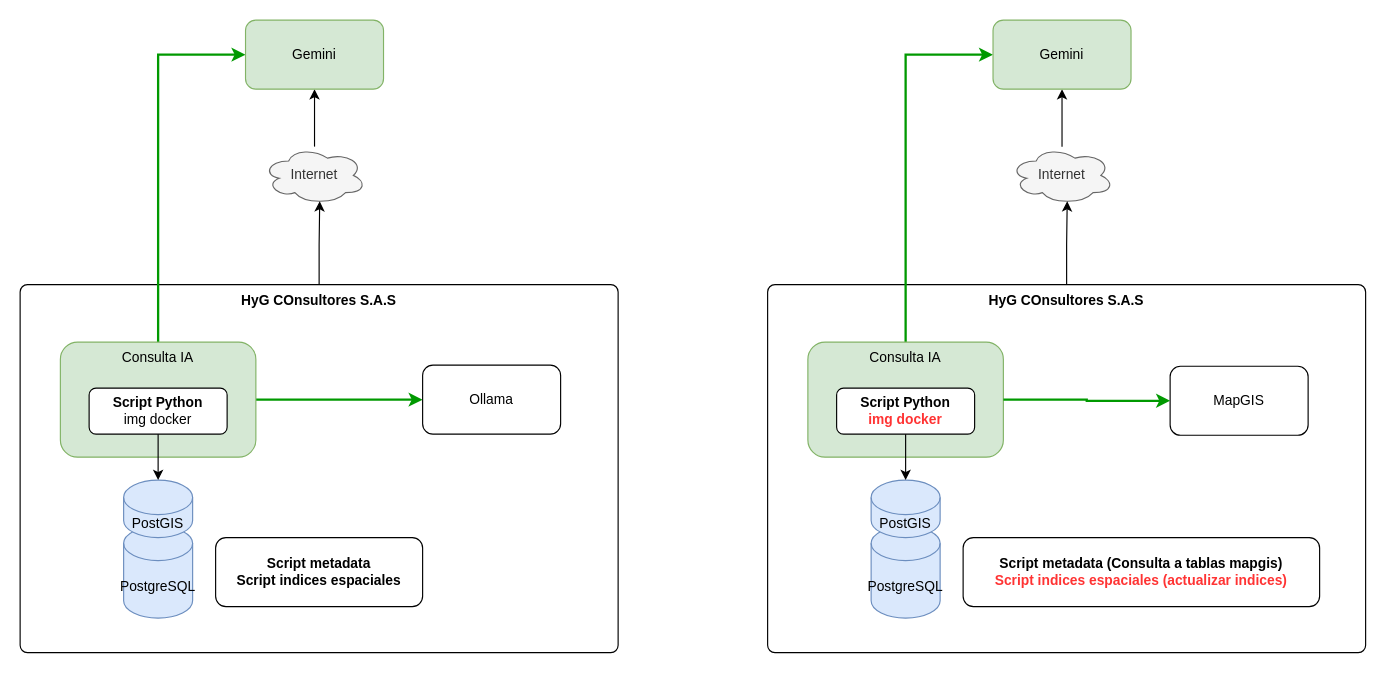
jariasbecerra/prueba keeps this draw.io diagram as consulta_IA_MapGIS.drawio. Above is the earlier version. Source tidied: cells renumbered, new cells numbered last; positions are measured from the earlier drawing's top-left corner, leaving out a move shared by most shapes. Both pictures are drawn from the tidied source at 115%, with x=0, y=0 at pixel (20, 20).
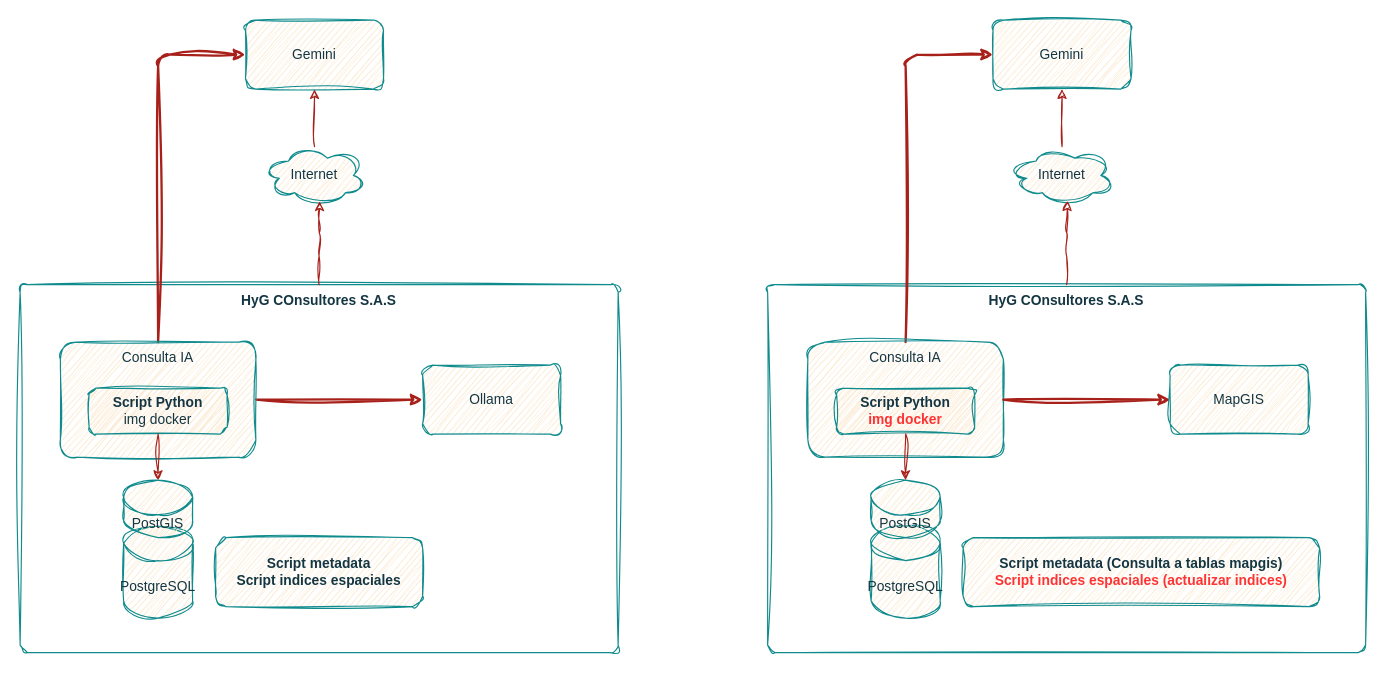
After the change.

Change to the diagram source:
```diff
@@
-    <mxCell id="2" value="HyG COnsultores S.A.S" style="rounded=1;whiteSpace=wrap;html=1;verticalAlign=top;arcSize=2;fontStyle=1;fillColor=none;" parent="1" vertex="1">
+    <mxCell id="2" value="HyG COnsultores S.A.S" style="rounded=1;whiteSpace=wrap;html=1;verticalAlign=top;arcSize=2;fontStyle=1;fillColor=none;sketch=1;curveFitting=1;jiggle=2;labelBackgroundColor=none;strokeColor=#0F8B8D;fontColor=#143642;" parent="1" vertex="1">
       <mxGeometry y="230" width="520" height="320" as="geometry" />
     </mxCell>
-    <mxCell id="3" style="edgeStyle=orthogonalEdgeStyle;rounded=0;jettySize=auto;html=1;entryX=0;entryY=0.5;entryDx=0;entryDy=0;strokeColor=#009900;strokeWidth=2;" parent="1" edge="1" source="5" target="11">
+    <mxCell id="3" style="edgeStyle=orthogonalEdgeStyle;rounded=1;jettySize=auto;html=1;entryX=0;entryY=0.5;entryDx=0;entryDy=0;strokeColor=#A8201A;strokeWidth=2;sketch=1;curveFitting=1;jiggle=2;labelBackgroundColor=none;fontColor=default;" parent="1" edge="1" source="5" target="11">
       <mxGeometry relative="1" as="geometry" />
     </mxCell>
-    <mxCell id="4" style="edgeStyle=orthogonalEdgeStyle;rounded=0;jettySize=auto;html=1;entryX=0;entryY=0.5;entryDx=0;entryDy=0;strokeColor=#009900;strokeWidth=2;" parent="1" edge="1" source="5" target="10">
+    <mxCell id="4" style="edgeStyle=orthogonalEdgeStyle;rounded=1;jettySize=auto;html=1;entryX=0;entryY=0.5;entryDx=0;entryDy=0;strokeColor=#A8201A;strokeWidth=2;sketch=1;curveFitting=1;jiggle=2;labelBackgroundColor=none;fontColor=default;" parent="1" edge="1" source="5" target="10">
       <mxGeometry relative="1" as="geometry" />
     </mxCell>
-    <mxCell id="5" value="Consulta IA" style="rounded=1;whiteSpace=wrap;html=1;verticalAlign=top;fillColor=#d5e8d4;strokeColor=#82b366;" parent="1" vertex="1">
+    <mxCell id="5" value="Consulta IA" style="rounded=1;whiteSpace=wrap;html=1;verticalAlign=top;fillColor=#FAE5C7;strokeColor=#0F8B8D;sketch=1;curveFitting=1;jiggle=2;labelBackgroundColor=none;fontColor=#143642;" parent="1" vertex="1">
       <mxGeometry x="35" y="280" width="170" height="100" as="geometry" />
     </mxCell>
-    <mxCell id="6" value="PostgreSQL" style="shape=cylinder3;whiteSpace=wrap;html=1;boundedLbl=1;backgroundOutline=1;size=15;fillColor=#dae8fc;strokeColor=#6c8ebf;" parent="1" vertex="1">
+    <mxCell id="6" value="PostgreSQL" style="shape=cylinder3;whiteSpace=wrap;html=1;boundedLbl=1;backgroundOutline=1;size=15;fillColor=#FAE5C7;strokeColor=#0F8B8D;rounded=1;sketch=1;curveFitting=1;jiggle=2;labelBackgroundColor=none;fontColor=#143642;" parent="1" vertex="1">
       <mxGeometry x="90" y="440" width="60" height="80" as="geometry" />
     </mxCell>
-    <mxCell id="7" value="PostGIS" style="shape=cylinder3;whiteSpace=wrap;html=1;boundedLbl=1;backgroundOutline=1;size=15;fillColor=#dae8fc;strokeColor=#6c8ebf;" parent="1" vertex="1">
+    <mxCell id="7" value="PostGIS" style="shape=cylinder3;whiteSpace=wrap;html=1;boundedLbl=1;backgroundOutline=1;size=15;fillColor=#FAE5C7;strokeColor=#0F8B8D;rounded=1;sketch=1;curveFitting=1;jiggle=2;labelBackgroundColor=none;fontColor=#143642;" parent="1" vertex="1">
       <mxGeometry x="90" y="400" width="60" height="50" as="geometry" />
     </mxCell>
-    <mxCell id="8" style="edgeStyle=orthogonalEdgeStyle;rounded=0;jettySize=auto;html=1;entryX=0.5;entryY=1;entryDx=0;entryDy=0;" parent="1" edge="1" source="9" target="10">
+    <mxCell id="8" style="edgeStyle=orthogonalEdgeStyle;rounded=1;jettySize=auto;html=1;entryX=0.5;entryY=1;entryDx=0;entryDy=0;sketch=1;curveFitting=1;jiggle=2;labelBackgroundColor=none;strokeColor=#A8201A;fontColor=default;" parent="1" edge="1" source="9" target="10">
       <mxGeometry relative="1" as="geometry" />
     </mxCell>
-    <mxCell id="9" value="Internet" style="ellipse;shape=cloud;whiteSpace=wrap;html=1;fillColor=#f5f5f5;fontColor=#333333;strokeColor=#666666;" parent="1" vertex="1">
+    <mxCell id="9" value="Internet" style="ellipse;shape=cloud;whiteSpace=wrap;html=1;fillColor=#FAE5C7;strokeColor=#0F8B8D;rounded=1;sketch=1;curveFitting=1;jiggle=2;labelBackgroundColor=none;fontColor=#143642;" parent="1" vertex="1">
       <mxGeometry x="211" y="110" width="90" height="50" as="geometry" />
     </mxCell>
-    <mxCell id="10" value="Gemini" style="rounded=1;whiteSpace=wrap;html=1;fillColor=#d5e8d4;strokeColor=#82b366;" parent="1" vertex="1">
+    <mxCell id="10" value="Gemini" style="rounded=1;whiteSpace=wrap;html=1;fillColor=#FAE5C7;strokeColor=#0F8B8D;sketch=1;curveFitting=1;jiggle=2;labelBackgroundColor=none;fontColor=#143642;" parent="1" vertex="1">
       <mxGeometry x="196" width="120" height="60" as="geometry" />
     </mxCell>
-    <mxCell id="11" value="Ollama" style="rounded=1;whiteSpace=wrap;html=1;" parent="1" vertex="1">
+    <mxCell id="11" value="Ollama" style="rounded=1;whiteSpace=wrap;html=1;sketch=1;curveFitting=1;jiggle=2;labelBackgroundColor=none;fillColor=#FAE5C7;strokeColor=#0F8B8D;fontColor=#143642;" parent="1" vertex="1">
       <mxGeometry x="350" y="300" width="120" height="60" as="geometry" />
     </mxCell>
-    <mxCell id="12" style="edgeStyle=orthogonalEdgeStyle;rounded=0;jettySize=auto;html=1;entryX=0.55;entryY=0.95;entryDx=0;entryDy=0;entryPerimeter=0;" parent="1" edge="1" source="2" target="9">
+    <mxCell id="12" style="edgeStyle=orthogonalEdgeStyle;rounded=1;jettySize=auto;html=1;entryX=0.55;entryY=0.95;entryDx=0;entryDy=0;entryPerimeter=0;sketch=1;curveFitting=1;jiggle=2;labelBackgroundColor=none;strokeColor=#A8201A;fontColor=default;" parent="1" edge="1" source="2" target="9">
       <mxGeometry relative="1" as="geometry" />
     </mxCell>
-    <mxCell id="13" value="&lt;b&gt;Script Python&lt;/b&gt;&lt;div&gt;img docker&lt;/div&gt;" style="rounded=1;whiteSpace=wrap;html=1;" parent="1" vertex="1">
+    <mxCell id="13" value="&lt;b&gt;Script Python&lt;/b&gt;&lt;div&gt;img docker&lt;/div&gt;" style="rounded=1;whiteSpace=wrap;html=1;sketch=1;curveFitting=1;jiggle=2;labelBackgroundColor=none;fillColor=#FAE5C7;strokeColor=#0F8B8D;fontColor=#143642;" parent="1" vertex="1">
       <mxGeometry x="60" y="320" width="120" height="40" as="geometry" />
     </mxCell>
-    <mxCell id="14" value="Script metadata&lt;div&gt;Script indices espaciales&lt;/div&gt;" style="rounded=1;whiteSpace=wrap;html=1;fontStyle=1;" parent="1" vertex="1">
+    <mxCell id="14" value="Script metadata&lt;div&gt;Script indices espaciales&lt;/div&gt;" style="rounded=1;whiteSpace=wrap;html=1;fontStyle=1;sketch=1;curveFitting=1;jiggle=2;labelBackgroundColor=none;fillColor=#FAE5C7;strokeColor=#0F8B8D;fontColor=#143642;" parent="1" vertex="1">
       <mxGeometry x="170" y="450" width="180" height="60" as="geometry" />
     </mxCell>
-    <mxCell id="15" style="edgeStyle=orthogonalEdgeStyle;rounded=0;jettySize=auto;html=1;entryX=0.5;entryY=0;entryDx=0;entryDy=0;entryPerimeter=0;" parent="1" edge="1" source="13" target="7">
+    <mxCell id="15" style="edgeStyle=orthogonalEdgeStyle;rounded=1;jettySize=auto;html=1;entryX=0.5;entryY=0;entryDx=0;entryDy=0;entryPerimeter=0;sketch=1;curveFitting=1;jiggle=2;labelBackgroundColor=none;strokeColor=#A8201A;fontColor=default;" parent="1" edge="1" source="13" target="7">
       <mxGeometry relative="1" as="geometry" />
     </mxCell>
-    <mxCell id="16" value="HyG COnsultores S.A.S" style="rounded=1;whiteSpace=wrap;html=1;verticalAlign=top;arcSize=2;fontStyle=1;fillColor=none;" parent="1" vertex="1">
+    <mxCell id="16" value="HyG COnsultores S.A.S" style="rounded=1;whiteSpace=wrap;html=1;verticalAlign=top;arcSize=2;fontStyle=1;fillColor=none;sketch=1;curveFitting=1;jiggle=2;labelBackgroundColor=none;strokeColor=#0F8B8D;fontColor=#143642;" parent="1" vertex="1">
       <mxGeometry x="650" y="230" width="520" height="320" as="geometry" />
     </mxCell>
-    <mxCell id="17" style="edgeStyle=orthogonalEdgeStyle;rounded=0;jettySize=auto;html=1;entryX=0;entryY=0.5;entryDx=0;entryDy=0;strokeColor=#009900;strokeWidth=2;" parent="1" edge="1" source="18" target="23">
+    <mxCell id="17" style="edgeStyle=orthogonalEdgeStyle;rounded=1;jettySize=auto;html=1;entryX=0;entryY=0.5;entryDx=0;entryDy=0;strokeColor=#A8201A;strokeWidth=2;sketch=1;curveFitting=1;jiggle=2;labelBackgroundColor=none;fontColor=default;" parent="1" edge="1" source="18" target="23">
       <mxGeometry relative="1" as="geometry" />
     </mxCell>
-    <mxCell id="18" value="Consulta IA" style="rounded=1;whiteSpace=wrap;html=1;verticalAlign=top;fillColor=#d5e8d4;strokeColor=#82b366;" parent="1" vertex="1">
+    <mxCell id="18" value="Consulta IA" style="rounded=1;whiteSpace=wrap;html=1;verticalAlign=top;fillColor=#FAE5C7;strokeColor=#0F8B8D;sketch=1;curveFitting=1;jiggle=2;labelBackgroundColor=none;fontColor=#143642;" parent="1" vertex="1">
       <mxGeometry x="685" y="280" width="170" height="100" as="geometry" />
     </mxCell>
-    <mxCell id="19" value="PostgreSQL" style="shape=cylinder3;whiteSpace=wrap;html=1;boundedLbl=1;backgroundOutline=1;size=15;fillColor=#dae8fc;strokeColor=#6c8ebf;" parent="1" vertex="1">
+    <mxCell id="19" value="PostgreSQL" style="shape=cylinder3;whiteSpace=wrap;html=1;boundedLbl=1;backgroundOutline=1;size=15;fillColor=#FAE5C7;strokeColor=#0F8B8D;rounded=1;sketch=1;curveFitting=1;jiggle=2;labelBackgroundColor=none;fontColor=#143642;" parent="1" vertex="1">
       <mxGeometry x="740" y="440" width="60" height="80" as="geometry" />
     </mxCell>
-    <mxCell id="20" value="PostGIS" style="shape=cylinder3;whiteSpace=wrap;html=1;boundedLbl=1;backgroundOutline=1;size=15;fillColor=#dae8fc;strokeColor=#6c8ebf;" parent="1" vertex="1">
+    <mxCell id="20" value="PostGIS" style="shape=cylinder3;whiteSpace=wrap;html=1;boundedLbl=1;backgroundOutline=1;size=15;fillColor=#FAE5C7;strokeColor=#0F8B8D;rounded=1;sketch=1;curveFitting=1;jiggle=2;labelBackgroundColor=none;fontColor=#143642;" parent="1" vertex="1">
       <mxGeometry x="740" y="400" width="60" height="50" as="geometry" />
     </mxCell>
-    <mxCell id="21" style="edgeStyle=orthogonalEdgeStyle;rounded=0;jettySize=auto;html=1;entryX=0.5;entryY=1;entryDx=0;entryDy=0;" parent="1" edge="1" source="22" target="23">
+    <mxCell id="21" style="edgeStyle=orthogonalEdgeStyle;rounded=1;jettySize=auto;html=1;entryX=0.5;entryY=1;entryDx=0;entryDy=0;sketch=1;curveFitting=1;jiggle=2;labelBackgroundColor=none;strokeColor=#A8201A;fontColor=default;" parent="1" edge="1" source="22" target="23">
       <mxGeometry relative="1" as="geometry" />
     </mxCell>
-    <mxCell id="22" value="Internet" style="ellipse;shape=cloud;whiteSpace=wrap;html=1;fillColor=#f5f5f5;fontColor=#333333;strokeColor=#666666;" parent="1" vertex="1">
+    <mxCell id="22" value="Internet" style="ellipse;shape=cloud;whiteSpace=wrap;html=1;fillColor=#FAE5C7;strokeColor=#0F8B8D;rounded=1;sketch=1;curveFitting=1;jiggle=2;labelBackgroundColor=none;fontColor=#143642;" parent="1" vertex="1">
       <mxGeometry x="861" y="110" width="90" height="50" as="geometry" />
     </mxCell>
-    <mxCell id="23" value="Gemini" style="rounded=1;whiteSpace=wrap;html=1;fillColor=#d5e8d4;strokeColor=#82b366;" parent="1" vertex="1">
+    <mxCell id="23" value="Gemini" style="rounded=1;whiteSpace=wrap;html=1;fillColor=#FAE5C7;strokeColor=#0F8B8D;sketch=1;curveFitting=1;jiggle=2;labelBackgroundColor=none;fontColor=#143642;" parent="1" vertex="1">
       <mxGeometry x="846" width="120" height="60" as="geometry" />
     </mxCell>
-    <mxCell id="24" style="edgeStyle=orthogonalEdgeStyle;rounded=0;jettySize=auto;html=1;entryX=0.55;entryY=0.95;entryDx=0;entryDy=0;entryPerimeter=0;" parent="1" edge="1" source="16" target="22">
+    <mxCell id="24" style="edgeStyle=orthogonalEdgeStyle;rounded=1;jettySize=auto;html=1;entryX=0.55;entryY=0.95;entryDx=0;entryDy=0;entryPerimeter=0;sketch=1;curveFitting=1;jiggle=2;labelBackgroundColor=none;strokeColor=#A8201A;fontColor=default;" parent="1" edge="1" source="16" target="22">
       <mxGeometry relative="1" as="geometry" />
     </mxCell>
-    <mxCell id="25" value="&lt;b&gt;Script Python&lt;/b&gt;&lt;div&gt;&lt;font style=&quot;color: rgb(255, 51, 51);&quot;&gt;&lt;b&gt;img docker&lt;/b&gt;&lt;/font&gt;&lt;/div&gt;" style="rounded=1;whiteSpace=wrap;html=1;" parent="1" vertex="1">
+    <mxCell id="25" value="&lt;b&gt;Script Python&lt;/b&gt;&lt;div&gt;&lt;font style=&quot;color: rgb(255, 51, 51);&quot;&gt;&lt;b&gt;img docker&lt;/b&gt;&lt;/font&gt;&lt;/div&gt;" style="rounded=1;whiteSpace=wrap;html=1;sketch=1;curveFitting=1;jiggle=2;labelBackgroundColor=none;fillColor=#FAE5C7;strokeColor=#0F8B8D;fontColor=#143642;" parent="1" vertex="1">
       <mxGeometry x="710" y="320" width="120" height="40" as="geometry" />
     </mxCell>
-    <mxCell id="26" value="Script metadata (Consulta a tablas mapgis)&lt;div&gt;&lt;font style=&quot;color: rgb(255, 51, 51);&quot;&gt;Script indices espaciales (actualizar indices)&lt;/font&gt;&lt;/div&gt;" style="rounded=1;whiteSpace=wrap;html=1;fontStyle=1;" parent="1" vertex="1">
+    <mxCell id="26" value="Script metadata (Consulta a tablas mapgis)&lt;div&gt;&lt;font style=&quot;color: rgb(255, 51, 51);&quot;&gt;Script indices espaciales (actualizar indices)&lt;/font&gt;&lt;/div&gt;" style="rounded=1;whiteSpace=wrap;html=1;fontStyle=1;sketch=1;curveFitting=1;jiggle=2;labelBackgroundColor=none;fillColor=#FAE5C7;strokeColor=#0F8B8D;fontColor=#143642;" parent="1" vertex="1">
       <mxGeometry x="820" y="450" width="310" height="60" as="geometry" />
     </mxCell>
-    <mxCell id="27" style="edgeStyle=orthogonalEdgeStyle;rounded=0;jettySize=auto;html=1;entryX=0.5;entryY=0;entryDx=0;entryDy=0;entryPerimeter=0;" parent="1" edge="1" source="25" target="20">
+    <mxCell id="27" style="edgeStyle=orthogonalEdgeStyle;rounded=1;jettySize=auto;html=1;entryX=0.5;entryY=0;entryDx=0;entryDy=0;entryPerimeter=0;sketch=1;curveFitting=1;jiggle=2;labelBackgroundColor=none;strokeColor=#A8201A;fontColor=default;" parent="1" edge="1" source="25" target="20">
       <mxGeometry relative="1" as="geometry" />
     </mxCell>
-    <mxCell id="28" value="MapGIS" style="rounded=1;whiteSpace=wrap;html=1;" parent="1" vertex="1">
-      <mxGeometry x="1000" y="301" width="120" height="60" as="geometry" />
+    <mxCell id="28" value="MapGIS" style="rounded=1;whiteSpace=wrap;html=1;sketch=1;curveFitting=1;jiggle=2;labelBackgroundColor=none;fillColor=#FAE5C7;strokeColor=#0F8B8D;fontColor=#143642;" parent="1" vertex="1">
+      <mxGeometry x="1000" y="300" width="120" height="60" as="geometry" />
     </mxCell>
-    <mxCell id="29" style="edgeStyle=orthogonalEdgeStyle;rounded=0;jettySize=auto;html=1;entryX=0;entryY=0.5;entryDx=0;entryDy=0;strokeColor=#009900;strokeWidth=2;exitX=1;exitY=0.5;exitDx=0;exitDy=0;" parent="1" edge="1" source="18" target="28">
+    <mxCell id="29" style="edgeStyle=orthogonalEdgeStyle;rounded=1;jettySize=auto;html=1;entryX=0;entryY=0.5;entryDx=0;entryDy=0;strokeColor=#A8201A;strokeWidth=2;exitX=1;exitY=0.5;exitDx=0;exitDy=0;sketch=1;curveFitting=1;jiggle=2;labelBackgroundColor=none;fontColor=default;" parent="1" edge="1" source="18" target="28">
       <mxGeometry relative="1" as="geometry" />
     </mxCell>
```
